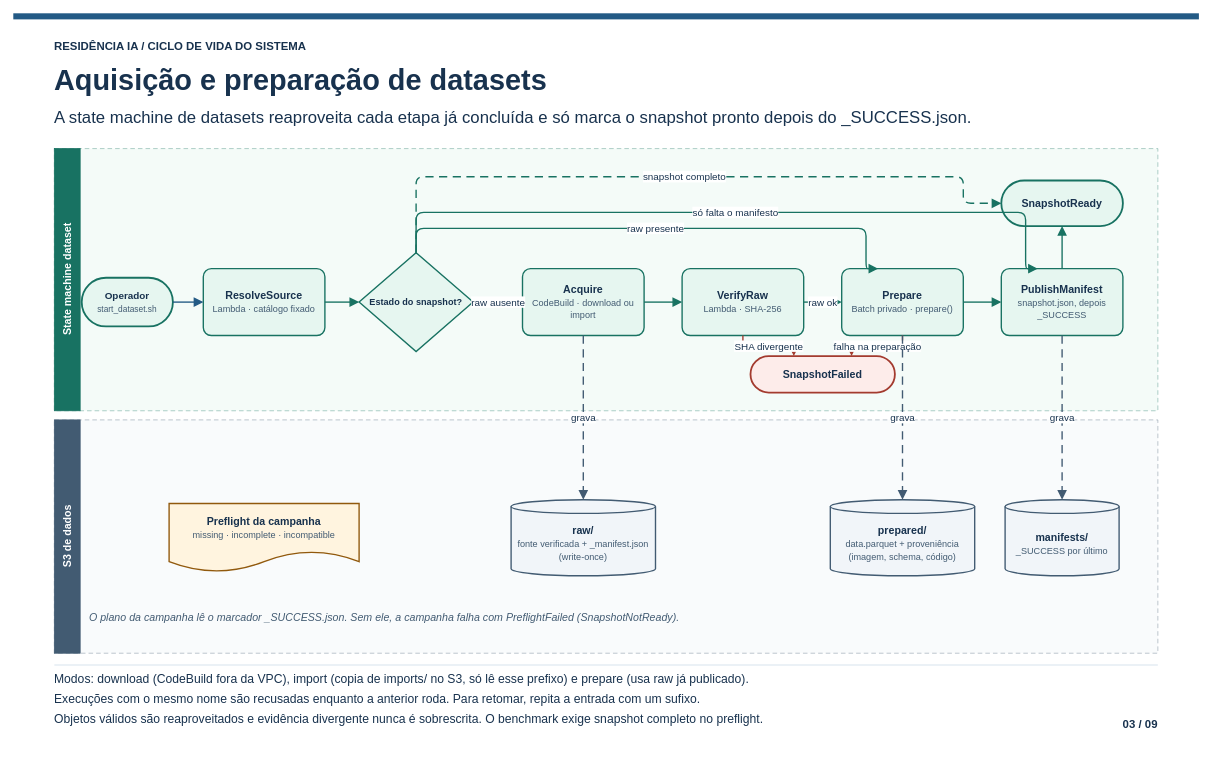
Earlier version of the draw.io diagram page "03 · Aquisição e preparação de datasets" (3 of 9) of docs/diagrams/ciclo-de-vida-sistema.drawio (xxggabriel/residencia-ia). Source tidied: cells renumbered, new cells numbered last; positions are measured from the earlier drawing's top-left corner, leaving out a move shared by most shapes. Both pictures are drawn from the tidied source at 76%, with x=0, y=0 at pixel (13, 13).
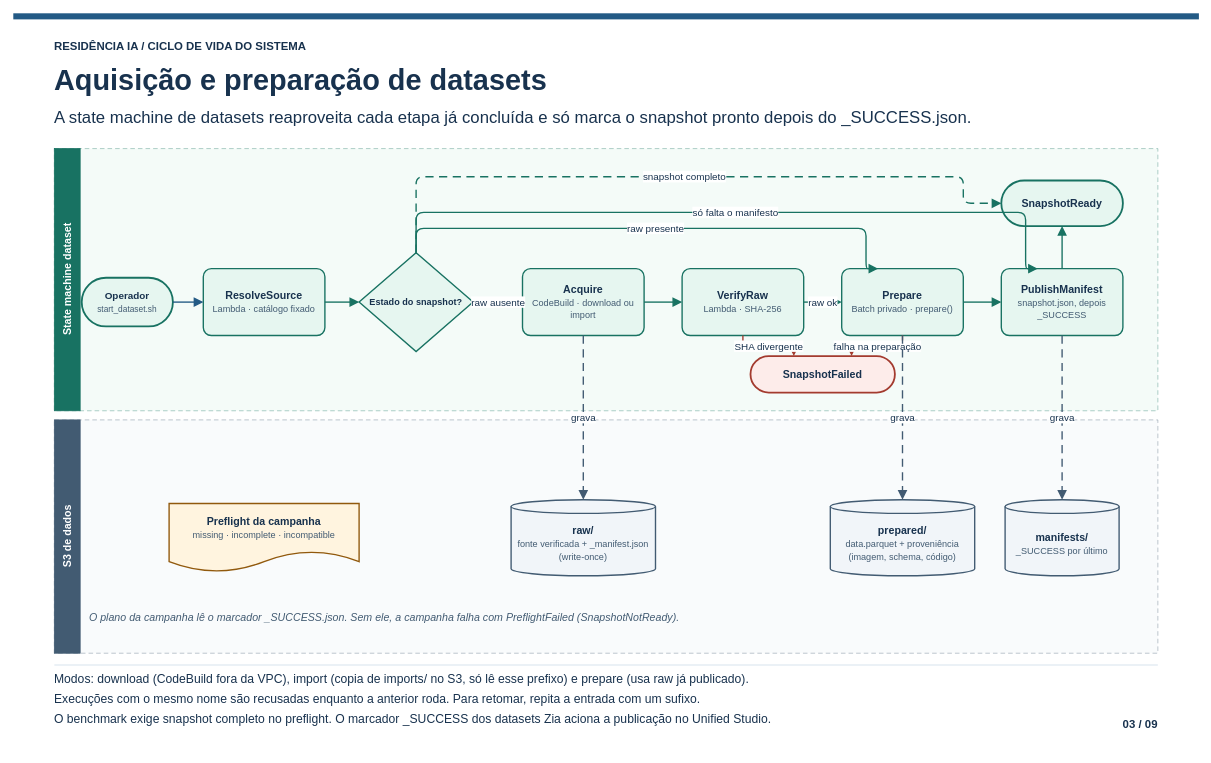
After the change.

What changed in the source:
```diff
@@
-    <mxCell id="10" value="Objetos válidos são reaproveitados e evidência divergente nunca é sobrescrita. O benchmark exige snapshot completo no preflight." style="text;strokeColor=none;fillColor=none;align=left;verticalAlign=middle;spacing=0;fontSize=16;html=1;fontFamily=Arial;fontColor=#18324e;whiteSpace=wrap;" parent="1" vertex="1">
+    <mxCell id="10" value="O benchmark exige snapshot completo no preflight. O marcador _SUCCESS dos datasets Zia aciona a publicação no Unified Studio." style="text;strokeColor=none;fillColor=none;align=left;verticalAlign=middle;spacing=0;fontSize=16;html=1;fontFamily=Arial;fontColor=#18324e;whiteSpace=wrap;" parent="1" vertex="1">
       <mxGeometry x="54" y="915" width="1385" height="26" as="geometry" />
     </mxCell>
```
